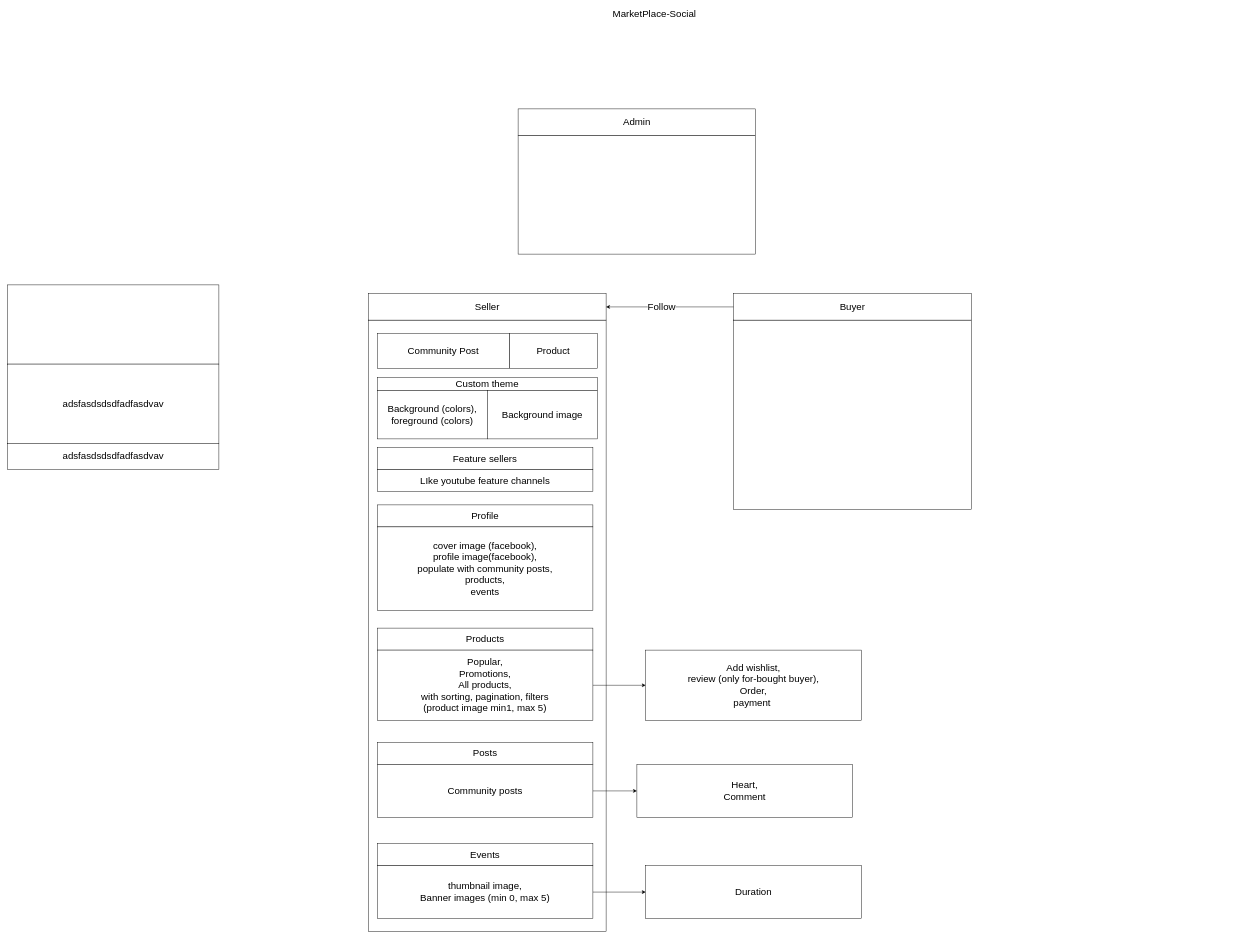
Earlier version of the draw.io diagram Documentation/Application_Design(brainstorm).drawio (ThuLinShan/MarketplaceSocialPlatform). Source tidied: cells renumbered, new cells numbered last; positions are measured from the earlier drawing's top-left corner, leaving out a move shared by most shapes. Both pictures are drawn from the tidied source at 44%, with x=0, y=0 at pixel (7, 7).
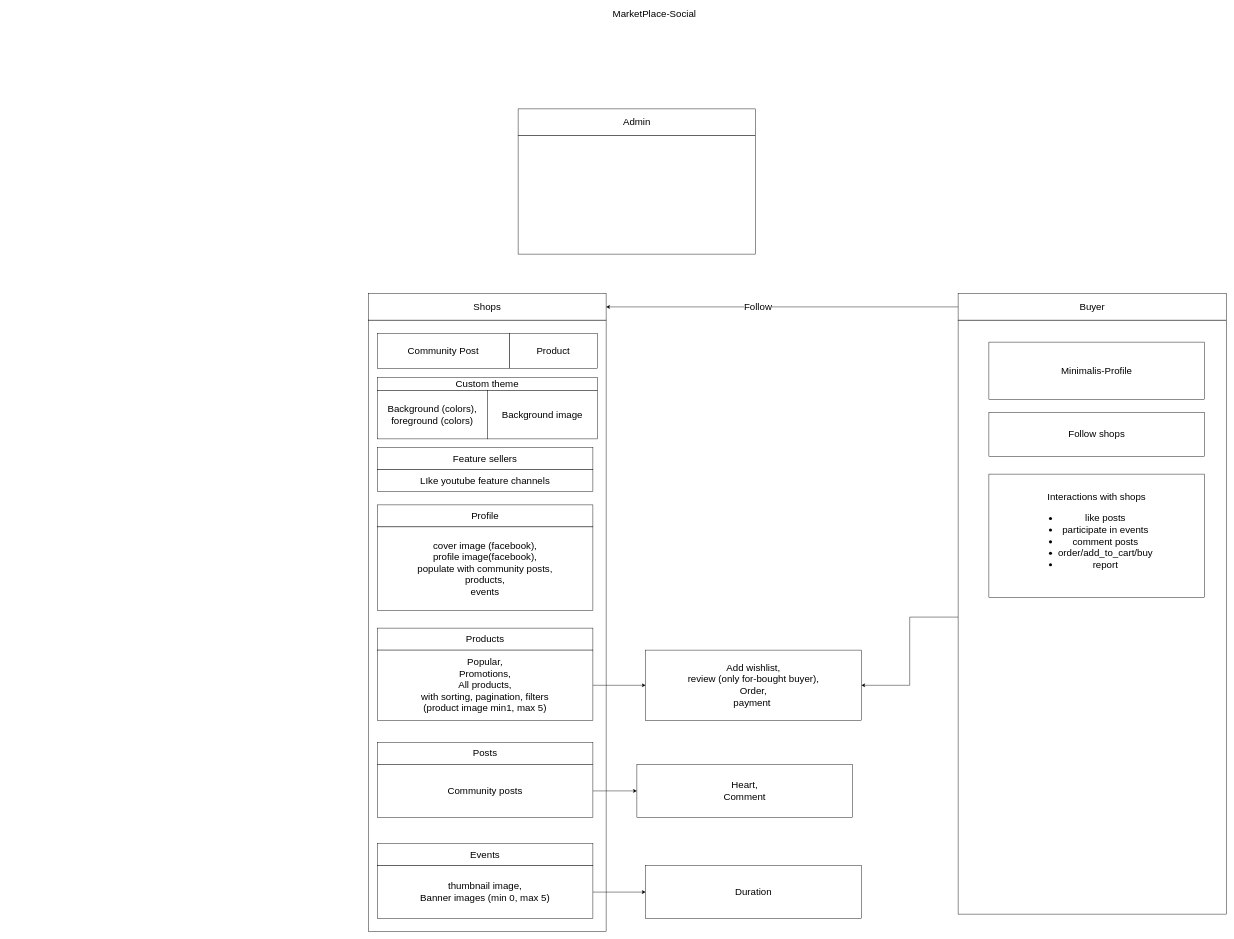
The same page after the edit.

Unchanged cells that the change refers to:
```xml
<mxCell id="29" value="Add wishlist,&lt;br&gt;review (only for-bought buyer),&lt;br&gt;Order,&lt;br&gt;payment&amp;nbsp;" style="rounded=0;whiteSpace=wrap;html=1;fontSize=22;" parent="1" vertex="1">
  <mxGeometry x="1450" y="1460" width="490" height="160" as="geometry" />
</mxCell>
```

Diff of the diagram source:
```diff
@@
-    <mxCell id="3" value="Seller" style="rounded=0;whiteSpace=wrap;html=1;fontSize=22;" parent="1" vertex="1">
+    <mxCell id="3" value="Shops" style="rounded=0;whiteSpace=wrap;html=1;fontSize=22;" parent="1" vertex="1">
       <mxGeometry x="820" y="650" width="540" height="60" as="geometry" />
     </mxCell>
+    <mxCell id="35" style="edgeStyle=orthogonalEdgeStyle;rounded=0;jettySize=auto;html=1;" parent="1" edge="1" source="4" target="29">
+      <mxGeometry relative="1" as="geometry" />
+    </mxCell>
     <mxCell id="4" style="rounded=0;whiteSpace=wrap;html=1;" parent="1" vertex="1">
-      <mxGeometry x="1650" y="710" width="540" height="430" as="geometry" />
+      <mxGeometry x="2160" y="710" width="610" height="1350" as="geometry" />
     </mxCell>
@@
     <mxCell id="7" value="Buyer" style="rounded=0;whiteSpace=wrap;html=1;fontSize=22;" parent="1" vertex="1">
-      <mxGeometry x="1650" y="650" width="540" height="60" as="geometry" />
+      <mxGeometry x="2160" y="650" width="610" height="60" as="geometry" />
     </mxCell>
@@
-    <mxCell id="31" style="rounded=0;whiteSpace=wrap;html=1;fontSize=22;" parent="1" vertex="1">
-      <mxGeometry y="630" width="480" height="180" as="geometry" />
-    </mxCell>
-    <mxCell id="32" value="adsfasdsdsdfadfasdvav" style="rounded=0;whiteSpace=wrap;html=1;fontSize=22;" parent="1" vertex="1">
-      <mxGeometry y="810" width="480" height="180" as="geometry" />
-    </mxCell>
-    <mxCell id="33" value="adsfasdsdsdfadfasdvav" style="rounded=0;whiteSpace=wrap;html=1;fontSize=22;" parent="1" vertex="1">
-      <mxGeometry y="990" width="480" height="60" as="geometry" />
-    </mxCell>
@@
+    <mxCell id="36" value="Minimalis-Profile" style="rounded=0;whiteSpace=wrap;html=1;fontSize=22;" parent="1" vertex="1">
+      <mxGeometry x="2230" y="760" width="490" height="130" as="geometry" />
+    </mxCell>
+    <mxCell id="37" value="Follow shops" style="rounded=0;whiteSpace=wrap;html=1;fontSize=22;" parent="1" vertex="1">
+      <mxGeometry x="2230" y="920" width="490" height="100" as="geometry" />
+    </mxCell>
+    <mxCell id="38" value="Interactions with shops&lt;br&gt;&lt;ul&gt;&lt;li&gt;like posts&lt;/li&gt;&lt;li&gt;participate in events&lt;/li&gt;&lt;li&gt;comment posts&lt;/li&gt;&lt;li&gt;order/add_to_cart/buy&lt;/li&gt;&lt;li&gt;report&lt;/li&gt;&lt;/ul&gt;" style="rounded=0;whiteSpace=wrap;html=1;fontSize=22;align=center;" parent="1" vertex="1">
+      <mxGeometry x="2230" y="1060" width="490" height="280" as="geometry" />
+    </mxCell>
```
